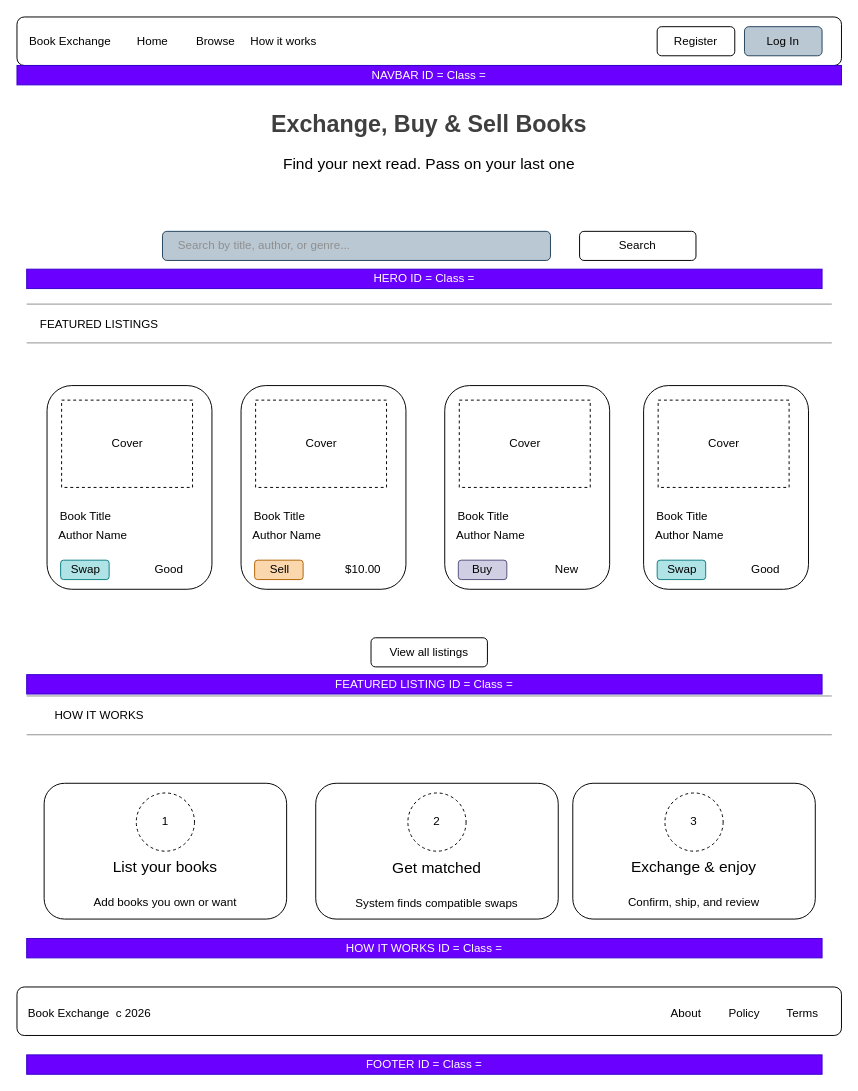
Web-Development-UAlberta/Book-Exchange-Project keeps this draw.io diagram as docs/wireframes/home.drawio. Above is the earlier version. Source tidied: cells renumbered, new cells numbered last; positions are measured from the earlier drawing's top-left corner, leaving out a move shared by most shapes. Both pictures are drawn from the tidied source at 97%, with x=0, y=0 at pixel (16, 16).
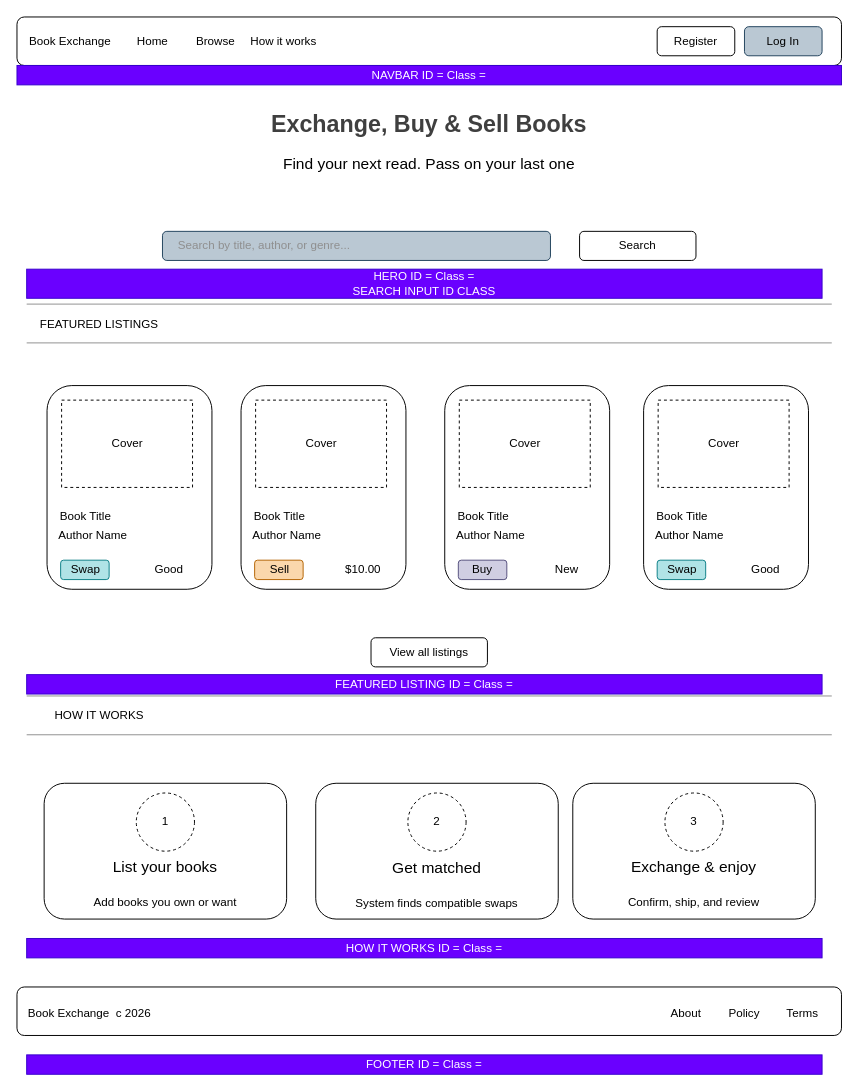
After the change.

Diff of the diagram source:
```diff
@@
-    <mxCell id="66" value="&amp;nbsp;HERO ID = Class =&amp;nbsp;" style="text;html=1;align=center;verticalAlign=middle;whiteSpace=wrap;rounded=0;fillColor=#6a00ff;fontColor=#ffffff;strokeColor=#3700CC;" parent="1" vertex="1">
-      <mxGeometry x="10" y="260" width="820" height="20" as="geometry" />
+    <mxCell id="66" value="&amp;nbsp;HERO ID = Class =&amp;nbsp;&lt;br&gt;SEARCH INPUT ID CLASS" style="text;html=1;align=center;verticalAlign=middle;whiteSpace=wrap;rounded=0;fillColor=#6a00ff;fontColor=#ffffff;strokeColor=#3700CC;" parent="1" vertex="1">
+      <mxGeometry x="10" y="260" width="820" height="30" as="geometry" />
     </mxCell>
```
